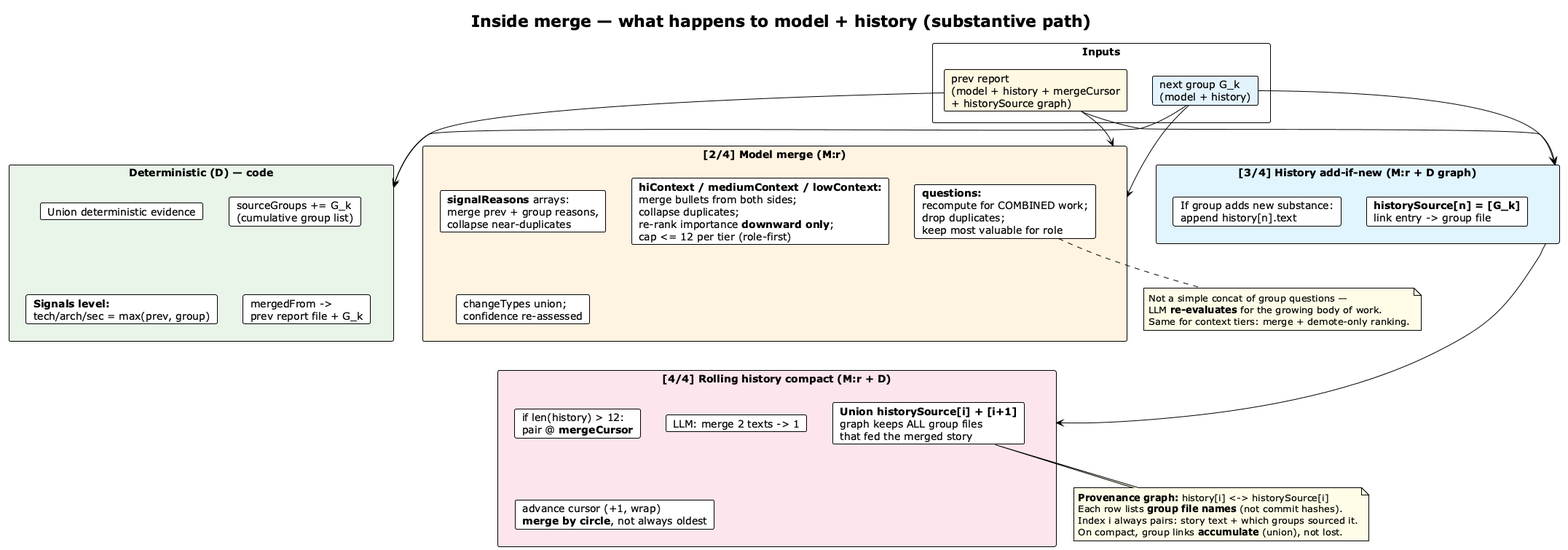
Above: img/report-merge-internals.png in vzakharchenko/dev-workgraph (PlantUML), before the change. Source of this version:
```plantuml
@startuml report-merge-internals
!theme plain
skinparam shadowing false
skinparam NoteBackgroundColor #FFFDE7

title **Inside merge** — what happens to model + history (substantive path)

rectangle "**Inputs**" as IN {
  card "prev report\n(model + history + mergeCursor\n+ historySource graph)" as PREV #FFF8E1
  card "next group G_k\n(model + history)" as GRP #E3F2FD
}

rectangle "**Deterministic (D) — code**" as DET #E8F5E9 {
  card "Union deterministic evidence" as D1
  card "sourceGroups += G_k\n(cumulative group list)" as D2
  card "**Signals level:**\ntech/arch/sec = max(prev, group)" as D3
  card "mergedFrom ->\nprev report file + G_k" as D4
}

rectangle "**[2/4] Model merge (M:r)**" as MMOD #FFF3E0 {
  card "**signalReasons** arrays:\nmerge prev + group reasons,\ncollapse near-duplicates" as SR
  card "**questions:**\nrecompute for COMBINED work;\ndrop duplicates;\nkeep most valuable for role" as Q
  card "**hiContext / mediumContext / lowContext:**\nmerge bullets from both sides;\ncollapse duplicates;\nre-rank importance **downward only**;\ncap <= 12 per tier (role-first)" as CTX
  card "changeTypes union;\nconfidence re-assessed" as CT
}

rectangle "**[3/4] History add-if-new (M:r + D graph)**" as HADD #E1F5FE {
  card "If group adds new substance:\nappend history[n].text" as HT
  card "**historySource[n] = [G_k]**\nlink entry -> group file" as HS
}

rectangle "**[4/4] Rolling history compact (M:r + D)**" as HCOMP #FCE4EC {
  card "if len(history) > 12:\npair @ **mergeCursor**" as P
  card "LLM: merge 2 texts -> 1" as MT
  card "**Union historySource[i] + [i+1]**\ngraph keeps ALL group files\nthat fed the merged story" as MU
  card "advance cursor (+1, wrap)\n**merge by circle**, not always oldest" as CUR
}

PREV --> DET
GRP --> DET
PREV --> MMOD
GRP --> MMOD
PREV --> HADD
GRP --> HADD
HADD --> HCOMP

note bottom of MU
  **Provenance graph:** history[i] <-> historySource[i]
  Each row lists **group file names** (not commit hashes).
  Index i always pairs: story text + which groups sourced it.
  On compact, group links **accumulate** (union), not lost.
end note

note bottom of Q
  Not a simple concat of group questions —
  LLM **re-evaluates** for the growing body of work.
  Same for context tiers: merge + demote-only ranking.
end note

@enduml
```
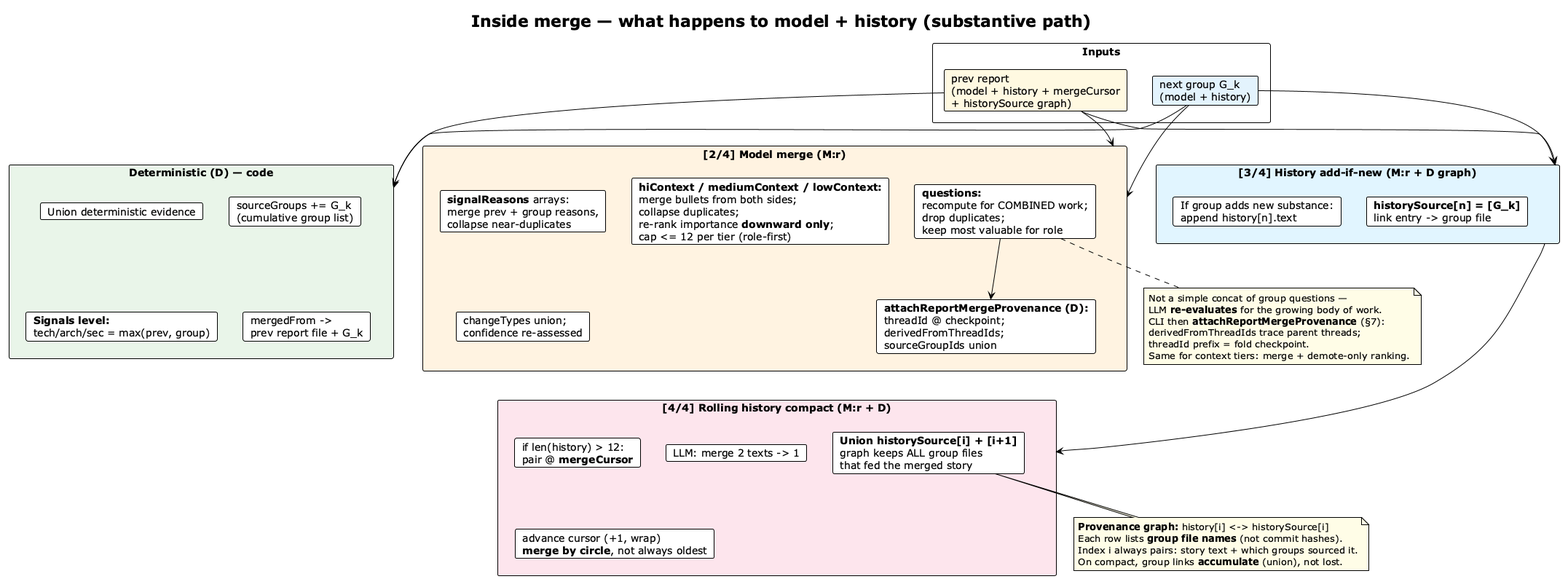
The same diagram one commit later.

What changed in the source:
```diff
@@ -20,6 +20,7 @@
 rectangle "**[2/4] Model merge (M:r)**" as MMOD #FFF3E0 {
   card "**signalReasons** arrays:\nmerge prev + group reasons,\ncollapse near-duplicates" as SR
   card "**questions:**\nrecompute for COMBINED work;\ndrop duplicates;\nkeep most valuable for role" as Q
+  card "**attachReportMergeProvenance (D):**\nthreadId @ checkpoint;\nderivedFromThreadIds;\nsourceGroupIds union" as QP
   card "**hiContext / mediumContext / lowContext:**\nmerge bullets from both sides;\ncollapse duplicates;\nre-rank importance **downward only**;\ncap <= 12 per tier (role-first)" as CTX
   card "changeTypes union;\nconfidence re-assessed" as CT
 }
@@ -43,6 +44,7 @@
 PREV --> HADD
 GRP --> HADD
 HADD --> HCOMP
+Q --> QP
 
 note bottom of MU
   **Provenance graph:** history[i] <-> historySource[i]
@@ -54,6 +56,9 @@
 note bottom of Q
   Not a simple concat of group questions —
   LLM **re-evaluates** for the growing body of work.
+  CLI then **attachReportMergeProvenance** (§7):
+  derivedFromThreadIds trace parent threads;
+  threadId prefix = fold checkpoint.
   Same for context tiers: merge + demote-only ranking.
 end note
 
```
